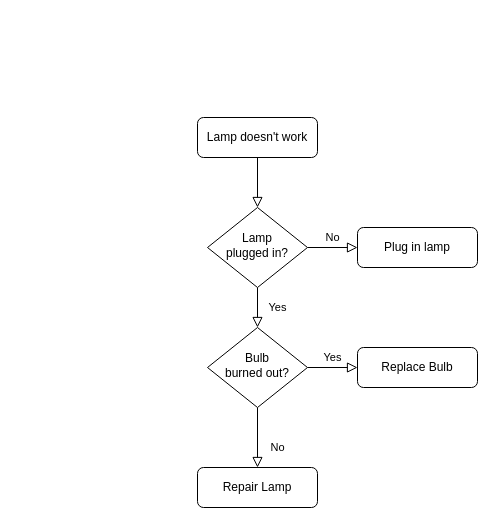
The draw.io diagram acadium_flow_chart.drawio in prathamvbhat/acadium_arch, before the edit. Source tidied: cells renumbered, new cells numbered last; positions are measured from the earlier drawing's top-left corner, leaving out a move shared by most shapes. Both pictures are drawn from the tidied source at 100%, with x=0, y=0 at pixel (197, 117).
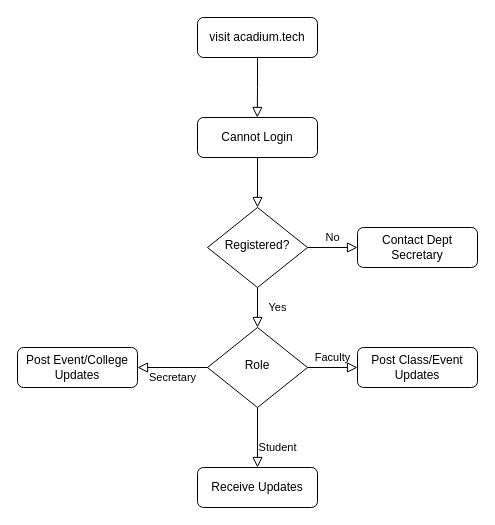
Above is the later version.

Diff of the diagram source:
```diff
@@
 <mxGraphModel>
   <root>
     <mxCell id="0" />
     <mxCell id="1" parent="0" />
     <mxCell id="2" style="rounded=0;html=1;jettySize=auto;fontSize=11;endArrow=block;endFill=0;endSize=8;strokeWidth=1;shadow=0;labelBackgroundColor=none;edgeStyle=orthogonalEdgeStyle;" parent="1" edge="1" source="3" target="6">
       <mxGeometry relative="1" as="geometry" />
     </mxCell>
-    <mxCell id="3" value="Lamp doesn't work" style="rounded=1;whiteSpace=wrap;html=1;fontSize=12;glass=0;strokeWidth=1;shadow=0;" parent="1" vertex="1">
+    <mxCell id="3" value="Cannot Login" style="rounded=1;whiteSpace=wrap;html=1;fontSize=12;glass=0;strokeWidth=1;shadow=0;" parent="1" vertex="1">
       <mxGeometry width="120" height="40" as="geometry" />
     </mxCell>
     <mxCell id="4" value="Yes" style="rounded=0;html=1;jettySize=auto;fontSize=11;endArrow=block;endFill=0;endSize=8;strokeWidth=1;shadow=0;labelBackgroundColor=none;edgeStyle=orthogonalEdgeStyle;" parent="1" edge="1" source="6" target="10">
       <mxGeometry y="20" relative="1" as="geometry" />
     </mxCell>
     <mxCell id="5" value="No" style="edgeStyle=orthogonalEdgeStyle;rounded=0;html=1;jettySize=auto;fontSize=11;endArrow=block;endFill=0;endSize=8;strokeWidth=1;shadow=0;labelBackgroundColor=none;" parent="1" edge="1" source="6" target="7">
       <mxGeometry y="10" relative="1" as="geometry" />
     </mxCell>
-    <mxCell id="6" value="Lamp&lt;br&gt;plugged in?" style="rhombus;whiteSpace=wrap;html=1;shadow=0;fontFamily=Helvetica;fontSize=12;align=center;strokeWidth=1;spacing=6;spacingTop=-4;" parent="1" vertex="1">
+    <mxCell id="6" value="Registered?" style="rhombus;whiteSpace=wrap;html=1;shadow=0;fontFamily=Helvetica;fontSize=12;align=center;strokeWidth=1;spacing=6;spacingTop=-4;" parent="1" vertex="1">
       <mxGeometry x="10" y="90" width="100" height="80" as="geometry" />
     </mxCell>
-    <mxCell id="7" value="Plug in lamp" style="rounded=1;whiteSpace=wrap;html=1;fontSize=12;glass=0;strokeWidth=1;shadow=0;" parent="1" vertex="1">
+    <mxCell id="7" value="Contact Dept Secretary" style="rounded=1;whiteSpace=wrap;html=1;fontSize=12;glass=0;strokeWidth=1;shadow=0;" parent="1" vertex="1">
       <mxGeometry x="160" y="110" width="120" height="40" as="geometry" />
     </mxCell>
-    <mxCell id="8" value="No" style="rounded=0;html=1;jettySize=auto;fontSize=11;endArrow=block;endFill=0;endSize=8;strokeWidth=1;shadow=0;labelBackgroundColor=none;edgeStyle=orthogonalEdgeStyle;" parent="1" edge="1" source="10" target="11">
+    <mxCell id="8" value="Student" style="rounded=0;html=1;jettySize=auto;fontSize=11;endArrow=block;endFill=0;endSize=8;strokeWidth=1;shadow=0;labelBackgroundColor=none;edgeStyle=orthogonalEdgeStyle;" parent="1" edge="1" source="10" target="11">
       <mxGeometry x="0.33" y="20" relative="1" as="geometry" />
     </mxCell>
-    <mxCell id="9" value="Yes" style="edgeStyle=orthogonalEdgeStyle;rounded=0;html=1;jettySize=auto;fontSize=11;endArrow=block;endFill=0;endSize=8;strokeWidth=1;shadow=0;labelBackgroundColor=none;" parent="1" edge="1" source="10" target="12">
+    <mxCell id="9" value="Faculty" style="edgeStyle=orthogonalEdgeStyle;rounded=0;html=1;jettySize=auto;fontSize=11;endArrow=block;endFill=0;endSize=8;strokeWidth=1;shadow=0;labelBackgroundColor=none;" parent="1" edge="1" source="10" target="12">
       <mxGeometry y="10" relative="1" as="geometry" />
     </mxCell>
-    <mxCell id="10" value="Bulb&lt;br&gt;burned out?" style="rhombus;whiteSpace=wrap;html=1;shadow=0;fontFamily=Helvetica;fontSize=12;align=center;strokeWidth=1;spacing=6;spacingTop=-4;" parent="1" vertex="1">
+    <mxCell id="10" value="Role" style="rhombus;whiteSpace=wrap;html=1;shadow=0;fontFamily=Helvetica;fontSize=12;align=center;strokeWidth=1;spacing=6;spacingTop=-4;" parent="1" vertex="1">
       <mxGeometry x="10" y="210" width="100" height="80" as="geometry" />
     </mxCell>
-    <mxCell id="11" value="Repair Lamp" style="rounded=1;whiteSpace=wrap;html=1;fontSize=12;glass=0;strokeWidth=1;shadow=0;" parent="1" vertex="1">
+    <mxCell id="11" value="Receive Updates " style="rounded=1;whiteSpace=wrap;html=1;fontSize=12;glass=0;strokeWidth=1;shadow=0;" parent="1" vertex="1">
       <mxGeometry y="350" width="120" height="40" as="geometry" />
     </mxCell>
-    <mxCell id="12" value="Replace Bulb" style="rounded=1;whiteSpace=wrap;html=1;fontSize=12;glass=0;strokeWidth=1;shadow=0;" parent="1" vertex="1">
+    <mxCell id="12" value="Post Class/Event Updates" style="rounded=1;whiteSpace=wrap;html=1;fontSize=12;glass=0;strokeWidth=1;shadow=0;" parent="1" vertex="1">
       <mxGeometry x="160" y="230" width="120" height="40" as="geometry" />
     </mxCell>
+    <mxCell id="13" value="Secretary" style="edgeStyle=orthogonalEdgeStyle;rounded=0;html=1;jettySize=auto;fontSize=11;endArrow=block;endFill=0;endSize=8;strokeWidth=1;shadow=0;labelBackgroundColor=none;exitX=0;exitY=0.5;exitDx=0;exitDy=0;entryX=1;entryY=0.5;entryDx=0;entryDy=0;" parent="1" edge="1" source="10" target="14">
+      <mxGeometry y="10" relative="1" as="geometry" />
+    </mxCell>
+    <mxCell id="14" value="Post Event/College Updates" style="rounded=1;whiteSpace=wrap;html=1;fontSize=12;glass=0;strokeWidth=1;shadow=0;" parent="1" vertex="1">
+      <mxGeometry x="-180" y="230" width="120" height="40" as="geometry" />
+    </mxCell>
+    <mxCell id="15" value="visit acadium.tech" style="rounded=1;whiteSpace=wrap;html=1;fontSize=12;glass=0;strokeWidth=1;shadow=0;" parent="1" vertex="1">
+      <mxGeometry y="-100" width="120" height="40" as="geometry" />
+    </mxCell>
+    <mxCell id="16" style="rounded=0;html=1;jettySize=auto;fontSize=11;endArrow=block;endFill=0;endSize=8;strokeWidth=1;shadow=0;labelBackgroundColor=none;edgeStyle=orthogonalEdgeStyle;exitX=0.5;exitY=1;exitDx=0;exitDy=0;" parent="1" edge="1" source="15">
+      <mxGeometry relative="1" as="geometry">
+        <mxPoint x="59.8" as="targetPoint" />
+      </mxGeometry>
+    </mxCell>
   </root>
 </mxGraphModel>
```
